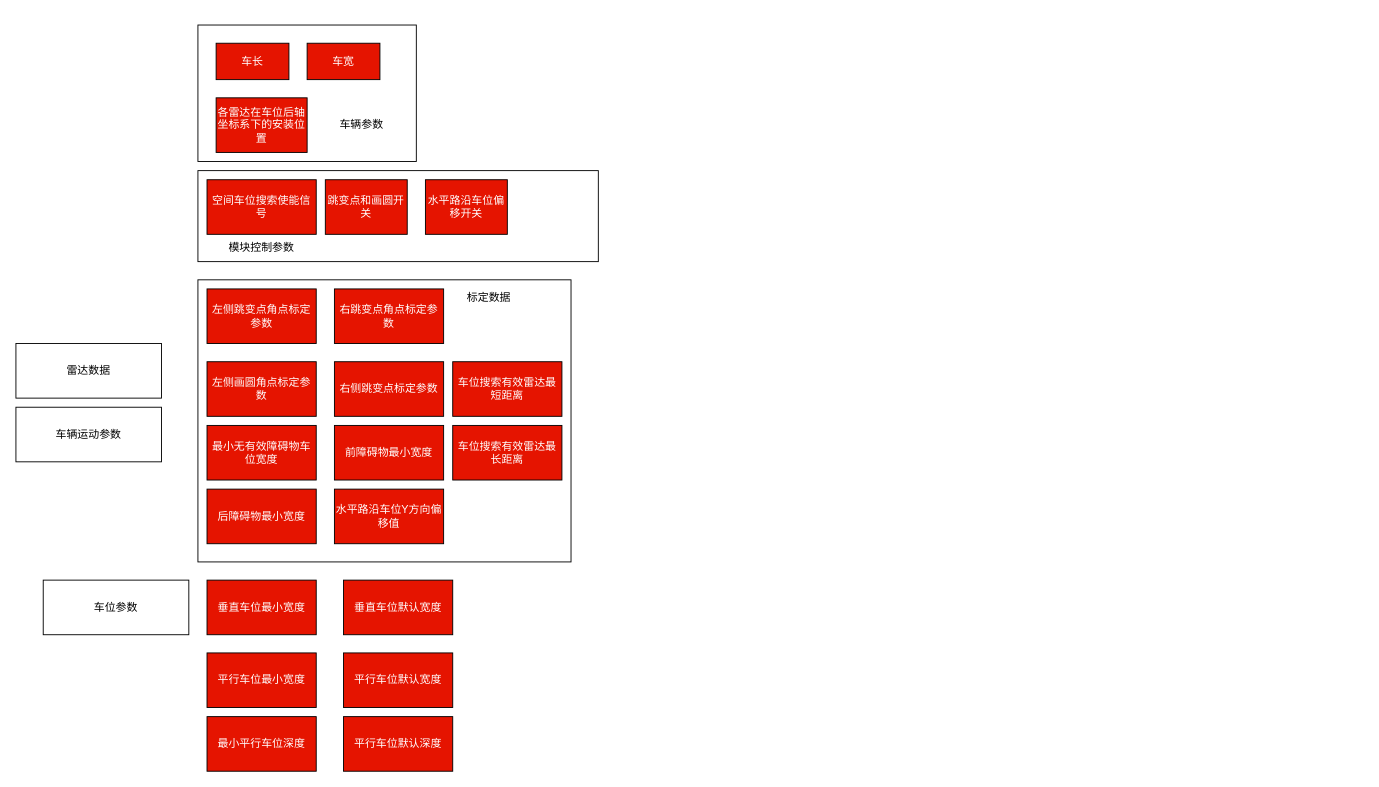
This is page "空间车位搜索" (1 of 4) of FAPA/FAPA-new.drawio from bugquella/diagrams, a draw.io file, before an edit. Source tidied: cells renumbered, new cells numbered last; positions are measured from the earlier drawing's top-left corner, leaving out a move shared by most shapes. Both pictures are drawn from the tidied source at 91%, with x=0, y=0 at pixel (15, 25).
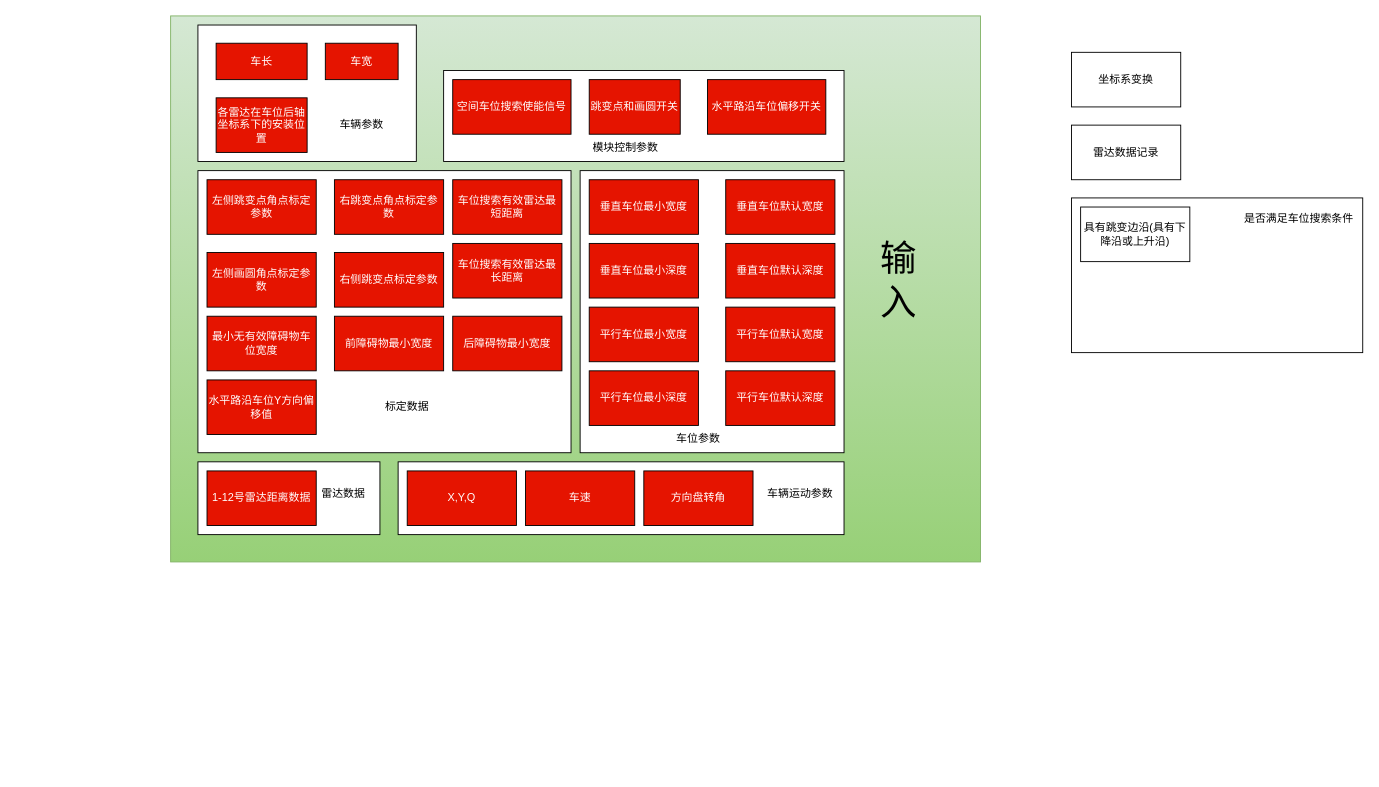
The same page after the edit.

Diff of the diagram source:
```diff
@@
-    <mxCell id="2" style="rounded=0;whiteSpace=wrap;html=1;" parent="1" vertex="1">
-      <mxGeometry x="200" y="280" width="410" height="310" as="geometry" />
-    </mxCell>
+    <mxCell id="33" style="rounded=0;whiteSpace=wrap;html=1;fillColor=#d5e8d4;strokeColor=#82b366;gradientColor=#97d077;" parent="1" vertex="1">
+      <mxGeometry x="170" y="-10" width="890" height="600" as="geometry" />
+    </mxCell>
+    <mxCell id="34" style="group;" parent="1" vertex="1">
+      <mxGeometry x="200" width="710" height="560" as="geometry" />
+    </mxCell>
-    <mxCell id="3" style="rounded=0;whiteSpace=wrap;html=1;" parent="1" vertex="1">
-      <mxGeometry x="200" width="240" height="150" as="geometry" />
+    <mxCell id="3" style="rounded=0;whiteSpace=wrap;html=1;" parent="34" vertex="1">
+      <mxGeometry width="240" height="150" as="geometry" />
     </mxCell>
-    <mxCell id="4" style="rounded=0;whiteSpace=wrap;html=1;" parent="1" vertex="1">
-      <mxGeometry x="200" y="160" width="440" height="100" as="geometry" />
-    </mxCell>
-    <mxCell id="5" value="车位参数" style="rounded=0;whiteSpace=wrap;html=1;" parent="1" vertex="1">
-      <mxGeometry x="30" y="610" width="160" height="60" as="geometry" />
-    </mxCell>
-    <mxCell id="6" value="雷达数据" style="rounded=0;whiteSpace=wrap;html=1;" parent="1" vertex="1">
-      <mxGeometry y="350" width="160" height="60" as="geometry" />
-    </mxCell>
-    <mxCell id="7" value="车辆运动参数" style="rounded=0;whiteSpace=wrap;html=1;" parent="1" vertex="1">
-      <mxGeometry y="420" width="160" height="60" as="geometry" />
-    </mxCell>
-    <mxCell id="8" value="车长" style="rounded=0;whiteSpace=wrap;html=1;fillColor=#e51400;fontColor=#ffffff;strokeColor=default;strokeWidth=1;" parent="1" vertex="1">
-      <mxGeometry x="220" y="20" width="80" height="40" as="geometry" />
+    <mxCell id="8" value="车长" style="rounded=0;whiteSpace=wrap;html=1;fillColor=#e51400;fontColor=#ffffff;strokeColor=default;strokeWidth=1;" parent="34" vertex="1">
+      <mxGeometry x="20" y="20" width="100" height="40" as="geometry" />
     </mxCell>
-    <mxCell id="9" value="车宽" style="rounded=0;whiteSpace=wrap;html=1;fillColor=#e51400;fontColor=#ffffff;strokeColor=#000000;strokeWidth=1;" parent="1" vertex="1">
-      <mxGeometry x="320" y="20" width="80" height="40" as="geometry" />
+    <mxCell id="9" value="车宽" style="rounded=0;whiteSpace=wrap;html=1;fillColor=#e51400;fontColor=#ffffff;strokeColor=#000000;strokeWidth=1;" parent="34" vertex="1">
+      <mxGeometry x="140" y="20" width="80" height="40" as="geometry" />
     </mxCell>
-    <mxCell id="10" value="各雷达在车位后轴坐标系下的安装位置" style="rounded=0;whiteSpace=wrap;html=1;fillColor=#e51400;fontColor=#ffffff;strokeColor=#000000;" parent="1" vertex="1">
-      <mxGeometry x="220" y="80" width="100" height="60" as="geometry" />
+    <mxCell id="10" value="各雷达在车位后轴坐标系下的安装位置" style="rounded=0;whiteSpace=wrap;html=1;fillColor=#e51400;fontColor=#ffffff;strokeColor=#000000;" parent="34" vertex="1">
+      <mxGeometry x="20" y="80" width="100" height="60" as="geometry" />
     </mxCell>
-    <mxCell id="11" value="车辆参数" style="text;html=1;strokeColor=none;fillColor=none;align=center;verticalAlign=middle;whiteSpace=wrap;rounded=0;" parent="1" vertex="1">
-      <mxGeometry x="350" y="95" width="60" height="30" as="geometry" />
+    <mxCell id="11" value="车辆参数" style="text;html=1;strokeColor=none;fillColor=none;align=center;verticalAlign=middle;whiteSpace=wrap;rounded=0;" parent="34" vertex="1">
+      <mxGeometry x="150" y="95" width="60" height="30" as="geometry" />
     </mxCell>
+    <mxCell id="35" style="group;" parent="34" vertex="1">
+      <mxGeometry x="270" y="50" width="440" height="100" as="geometry" />
+    </mxCell>
+    <mxCell id="4" style="rounded=0;whiteSpace=wrap;html=1;" parent="35" vertex="1">
+      <mxGeometry width="440" height="100" as="geometry" />
+    </mxCell>
-    <mxCell id="12" value="空间车位搜索使能信号" style="rounded=0;whiteSpace=wrap;html=1;fillColor=#e51400;fontColor=#ffffff;strokeColor=#000000;" parent="1" vertex="1">
-      <mxGeometry x="210" y="170" width="120" height="60" as="geometry" />
+    <mxCell id="12" value="空间车位搜索使能信号" style="rounded=0;whiteSpace=wrap;html=1;fillColor=#e51400;fontColor=#ffffff;strokeColor=#000000;" parent="35" vertex="1">
+      <mxGeometry x="10" y="10" width="130" height="60" as="geometry" />
     </mxCell>
-    <mxCell id="13" value="模块控制参数" style="text;html=1;strokeColor=none;fillColor=none;align=center;verticalAlign=middle;whiteSpace=wrap;rounded=0;" parent="1" vertex="1">
-      <mxGeometry x="230" y="230" width="80" height="30" as="geometry" />
+    <mxCell id="13" value="模块控制参数" style="text;html=1;strokeColor=none;fillColor=none;align=center;verticalAlign=middle;whiteSpace=wrap;rounded=0;" parent="35" vertex="1">
+      <mxGeometry x="160" y="70" width="80" height="30" as="geometry" />
     </mxCell>
+    <mxCell id="15" value="跳变点和画圆开关" style="rounded=0;whiteSpace=wrap;html=1;fillColor=#e51400;fontColor=#ffffff;strokeColor=#000000;" parent="35" vertex="1">
+      <mxGeometry x="160" y="10" width="100" height="60" as="geometry" />
+    </mxCell>
+    <mxCell id="25" value="水平路沿车位偏移开关" style="rounded=0;whiteSpace=wrap;html=1;fillColor=#e51400;fontColor=#ffffff;strokeColor=#000000;" parent="35" vertex="1">
+      <mxGeometry x="290" y="10" width="130" height="60" as="geometry" />
+    </mxCell>
+    <mxCell id="36" style="group;" parent="34" vertex="1">
+      <mxGeometry y="160" width="410" height="310" as="geometry" />
+    </mxCell>
+    <mxCell id="2" style="rounded=0;whiteSpace=wrap;html=1;" parent="36" vertex="1">
+      <mxGeometry width="410" height="310" as="geometry" />
+    </mxCell>
-    <mxCell id="14" value="左侧跳变点角点标定参数" style="rounded=0;whiteSpace=wrap;html=1;fillColor=#e51400;fontColor=#ffffff;strokeColor=#000000;" parent="1" vertex="1">
-      <mxGeometry x="210" y="290" width="120" height="60" as="geometry" />
+    <mxCell id="14" value="左侧跳变点角点标定参数" style="rounded=0;whiteSpace=wrap;html=1;fillColor=#e51400;fontColor=#ffffff;strokeColor=#000000;" parent="36" vertex="1">
+      <mxGeometry x="10" y="10" width="120" height="60" as="geometry" />
     </mxCell>
-    <mxCell id="15" value="跳变点和画圆开关" style="rounded=0;whiteSpace=wrap;html=1;fillColor=#e51400;fontColor=#ffffff;strokeColor=#000000;" parent="1" vertex="1">
-      <mxGeometry x="340" y="170" width="90" height="60" as="geometry" />
-    </mxCell>
-    <mxCell id="16" value="右跳变点角点标定参数" style="rounded=0;whiteSpace=wrap;html=1;fillColor=#e51400;fontColor=#ffffff;strokeColor=#000000;" parent="1" vertex="1">
-      <mxGeometry x="350" y="290" width="120" height="60" as="geometry" />
+    <mxCell id="16" value="右跳变点角点标定参数" style="rounded=0;whiteSpace=wrap;html=1;fillColor=#e51400;fontColor=#ffffff;strokeColor=#000000;" parent="36" vertex="1">
+      <mxGeometry x="150" y="10" width="120" height="60" as="geometry" />
     </mxCell>
-    <mxCell id="17" value="左侧画圆角点标定参数" style="rounded=0;whiteSpace=wrap;html=1;fillColor=#e51400;fontColor=#ffffff;strokeColor=#000000;" parent="1" vertex="1">
-      <mxGeometry x="210" y="370" width="120" height="60" as="geometry" />
+    <mxCell id="17" value="左侧画圆角点标定参数" style="rounded=0;whiteSpace=wrap;html=1;fillColor=#e51400;fontColor=#ffffff;strokeColor=#000000;" parent="36" vertex="1">
+      <mxGeometry x="10" y="90" width="120" height="60" as="geometry" />
     </mxCell>
-    <mxCell id="18" value="右侧跳变点标定参数" style="rounded=0;whiteSpace=wrap;html=1;fillColor=#e51400;fontColor=#ffffff;strokeColor=#000000;" parent="1" vertex="1">
-      <mxGeometry x="350" y="370" width="120" height="60" as="geometry" />
+    <mxCell id="18" value="右侧跳变点标定参数" style="rounded=0;whiteSpace=wrap;html=1;fillColor=#e51400;fontColor=#ffffff;strokeColor=#000000;" parent="36" vertex="1">
+      <mxGeometry x="150" y="90" width="120" height="60" as="geometry" />
     </mxCell>
-    <mxCell id="19" value="标定数据" style="text;html=1;strokeColor=none;fillColor=none;align=center;verticalAlign=middle;whiteSpace=wrap;rounded=0;" parent="1" vertex="1">
-      <mxGeometry x="490" y="285" width="60" height="30" as="geometry" />
+    <mxCell id="19" value="标定数据" style="text;html=1;strokeColor=none;fillColor=none;align=center;verticalAlign=middle;whiteSpace=wrap;rounded=0;" parent="36" vertex="1">
+      <mxGeometry x="200" y="245" width="60" height="30" as="geometry" />
     </mxCell>
-    <mxCell id="20" value="最小无有效障碍物车位宽度" style="rounded=0;whiteSpace=wrap;html=1;fillColor=#e51400;fontColor=#ffffff;strokeColor=#000000;" parent="1" vertex="1">
-      <mxGeometry x="210" y="440" width="120" height="60" as="geometry" />
+    <mxCell id="20" value="最小无有效障碍物车位宽度" style="rounded=0;whiteSpace=wrap;html=1;fillColor=#e51400;fontColor=#ffffff;strokeColor=#000000;" parent="36" vertex="1">
+      <mxGeometry x="10" y="160" width="120" height="60" as="geometry" />
     </mxCell>
-    <mxCell id="21" value="前障碍物最小宽度" style="rounded=0;whiteSpace=wrap;html=1;fillColor=#e51400;fontColor=#ffffff;strokeColor=#000000;" parent="1" vertex="1">
-      <mxGeometry x="350" y="440" width="120" height="60" as="geometry" />
+    <mxCell id="21" value="前障碍物最小宽度" style="rounded=0;whiteSpace=wrap;html=1;fillColor=#e51400;fontColor=#ffffff;strokeColor=#000000;" parent="36" vertex="1">
+      <mxGeometry x="150" y="160" width="120" height="60" as="geometry" />
     </mxCell>
-    <mxCell id="22" value="后障碍物最小宽度" style="rounded=0;whiteSpace=wrap;html=1;fillColor=#e51400;fontColor=#ffffff;strokeColor=#000000;" parent="1" vertex="1">
-      <mxGeometry x="210" y="510" width="120" height="60" as="geometry" />
+    <mxCell id="22" value="后障碍物最小宽度" style="rounded=0;whiteSpace=wrap;html=1;fillColor=#e51400;fontColor=#ffffff;strokeColor=#000000;" parent="36" vertex="1">
+      <mxGeometry x="280" y="160" width="120" height="60" as="geometry" />
     </mxCell>
-    <mxCell id="23" value="车位搜索有效雷达最短距离" style="rounded=0;whiteSpace=wrap;html=1;fillColor=#e51400;fontColor=#ffffff;strokeColor=#000000;" parent="1" vertex="1">
-      <mxGeometry x="480" y="370" width="120" height="60" as="geometry" />
+    <mxCell id="23" value="车位搜索有效雷达最短距离" style="rounded=0;whiteSpace=wrap;html=1;fillColor=#e51400;fontColor=#ffffff;strokeColor=#000000;" parent="36" vertex="1">
+      <mxGeometry x="280" y="10" width="120" height="60" as="geometry" />
     </mxCell>
-    <mxCell id="24" value="车位搜索有效雷达最长距离" style="rounded=0;whiteSpace=wrap;html=1;fillColor=#e51400;fontColor=#ffffff;strokeColor=#000000;" parent="1" vertex="1">
-      <mxGeometry x="480" y="440" width="120" height="60" as="geometry" />
+    <mxCell id="24" value="车位搜索有效雷达最长距离" style="rounded=0;whiteSpace=wrap;html=1;fillColor=#e51400;fontColor=#ffffff;strokeColor=#000000;" parent="36" vertex="1">
+      <mxGeometry x="280" y="80" width="120" height="60" as="geometry" />
     </mxCell>
-    <mxCell id="25" value="水平路沿车位偏移开关" style="rounded=0;whiteSpace=wrap;html=1;fillColor=#e51400;fontColor=#ffffff;strokeColor=#000000;" parent="1" vertex="1">
-      <mxGeometry x="450" y="170" width="90" height="60" as="geometry" />
-    </mxCell>
-    <mxCell id="26" value="水平路沿车位Y方向偏移值" style="rounded=0;whiteSpace=wrap;html=1;fillColor=#e51400;fontColor=#ffffff;strokeColor=#000000;" parent="1" vertex="1">
-      <mxGeometry x="350" y="510" width="120" height="60" as="geometry" />
+    <mxCell id="26" value="水平路沿车位Y方向偏移值" style="rounded=0;whiteSpace=wrap;html=1;fillColor=#e51400;fontColor=#ffffff;strokeColor=#000000;" parent="36" vertex="1">
+      <mxGeometry x="10" y="230" width="120" height="60" as="geometry" />
     </mxCell>
+    <mxCell id="37" style="rounded=0;whiteSpace=wrap;html=1;" parent="34" vertex="1">
+      <mxGeometry x="420" y="160" width="290" height="310" as="geometry" />
+    </mxCell>
-    <mxCell id="27" value="垂直车位最小宽度" style="rounded=0;whiteSpace=wrap;html=1;fillColor=#e51400;fontColor=#ffffff;strokeColor=#000000;" parent="1" vertex="1">
-      <mxGeometry x="210" y="610" width="120" height="60" as="geometry" />
+    <mxCell id="27" value="垂直车位最小宽度" style="rounded=0;whiteSpace=wrap;html=1;fillColor=#e51400;fontColor=#ffffff;strokeColor=#000000;" parent="34" vertex="1">
+      <mxGeometry x="430" y="170" width="120" height="60" as="geometry" />
     </mxCell>
-    <mxCell id="28" value="垂直车位默认宽度" style="rounded=0;whiteSpace=wrap;html=1;fillColor=#e51400;fontColor=#ffffff;strokeColor=#000000;" parent="1" vertex="1">
-      <mxGeometry x="360" y="610" width="120" height="60" as="geometry" />
+    <mxCell id="28" value="垂直车位默认宽度" style="rounded=0;whiteSpace=wrap;html=1;fillColor=#e51400;fontColor=#ffffff;strokeColor=#000000;" parent="34" vertex="1">
+      <mxGeometry x="580" y="170" width="120" height="60" as="geometry" />
     </mxCell>
-    <mxCell id="29" value="平行车位最小宽度" style="rounded=0;whiteSpace=wrap;html=1;fillColor=#e51400;fontColor=#ffffff;strokeColor=#000000;" parent="1" vertex="1">
-      <mxGeometry x="210" y="690" width="120" height="60" as="geometry" />
+    <mxCell id="29" value="平行车位最小宽度" style="rounded=0;whiteSpace=wrap;html=1;fillColor=#e51400;fontColor=#ffffff;strokeColor=#000000;" parent="34" vertex="1">
+      <mxGeometry x="430" y="310" width="120" height="60" as="geometry" />
     </mxCell>
-    <mxCell id="30" value="最小平行车位深度" style="rounded=0;whiteSpace=wrap;html=1;fillColor=#e51400;fontColor=#ffffff;strokeColor=#000000;" parent="1" vertex="1">
-      <mxGeometry x="210" y="760" width="120" height="60" as="geometry" />
+    <mxCell id="30" value="平行车位最小深度" style="rounded=0;whiteSpace=wrap;html=1;fillColor=#e51400;fontColor=#ffffff;strokeColor=#000000;" parent="34" vertex="1">
+      <mxGeometry x="430" y="380" width="120" height="60" as="geometry" />
     </mxCell>
-    <mxCell id="31" value="平行车位默认宽度" style="rounded=0;whiteSpace=wrap;html=1;fillColor=#e51400;fontColor=#ffffff;strokeColor=#000000;" parent="1" vertex="1">
-      <mxGeometry x="360" y="690" width="120" height="60" as="geometry" />
+    <mxCell id="31" value="平行车位默认宽度" style="rounded=0;whiteSpace=wrap;html=1;fillColor=#e51400;fontColor=#ffffff;strokeColor=#000000;" parent="34" vertex="1">
+      <mxGeometry x="580" y="310" width="120" height="60" as="geometry" />
     </mxCell>
-    <mxCell id="32" value="平行车位默认深度" style="rounded=0;whiteSpace=wrap;html=1;fillColor=#e51400;fontColor=#ffffff;strokeColor=#000000;" parent="1" vertex="1">
-      <mxGeometry x="360" y="760" width="120" height="60" as="geometry" />
+    <mxCell id="32" value="平行车位默认深度" style="rounded=0;whiteSpace=wrap;html=1;fillColor=#e51400;fontColor=#ffffff;strokeColor=#000000;" parent="34" vertex="1">
+      <mxGeometry x="580" y="380" width="120" height="60" as="geometry" />
     </mxCell>
+    <mxCell id="38" value="垂直车位默认深度" style="rounded=0;whiteSpace=wrap;html=1;fillColor=#e51400;fontColor=#ffffff;strokeColor=#000000;" parent="34" vertex="1">
+      <mxGeometry x="580" y="240" width="120" height="60" as="geometry" />
+    </mxCell>
+    <mxCell id="39" value="垂直车位最小深度" style="rounded=0;whiteSpace=wrap;html=1;fillColor=#e51400;fontColor=#ffffff;strokeColor=#000000;" parent="34" vertex="1">
+      <mxGeometry x="430" y="240" width="120" height="60" as="geometry" />
+    </mxCell>
+    <mxCell id="5" value="车位参数" style="text;html=1;strokeColor=none;fillColor=none;align=center;verticalAlign=middle;whiteSpace=wrap;rounded=0;" parent="34" vertex="1">
+      <mxGeometry x="520" y="440" width="60" height="30" as="geometry" />
+    </mxCell>
+    <mxCell id="40" style="group;" parent="34" vertex="1">
+      <mxGeometry x="220" y="480" width="490" height="80" as="geometry" />
+    </mxCell>
+    <mxCell id="41" style="rounded=0;whiteSpace=wrap;html=1;" parent="40" vertex="1">
+      <mxGeometry width="490" height="80" as="geometry" />
+    </mxCell>
+    <mxCell id="42" value="X,Y,Q" style="rounded=0;whiteSpace=wrap;html=1;fillColor=#e51400;fontColor=#ffffff;strokeColor=#000000;" parent="40" vertex="1">
+      <mxGeometry x="10" y="10" width="120" height="60" as="geometry" />
+    </mxCell>
+    <mxCell id="43" value="车速" style="rounded=0;whiteSpace=wrap;html=1;fillColor=#e51400;fontColor=#ffffff;strokeColor=#000000;" parent="40" vertex="1">
+      <mxGeometry x="140" y="10" width="120" height="60" as="geometry" />
+    </mxCell>
+    <mxCell id="44" value="方向盘转角" style="rounded=0;whiteSpace=wrap;html=1;fillColor=#e51400;fontColor=#ffffff;strokeColor=#000000;" parent="40" vertex="1">
+      <mxGeometry x="270" y="10" width="120" height="60" as="geometry" />
+    </mxCell>
+    <mxCell id="7" value="车辆运动参数" style="text;html=1;strokeColor=none;fillColor=none;align=center;verticalAlign=middle;whiteSpace=wrap;rounded=0;" parent="40" vertex="1">
+      <mxGeometry x="394" y="20" width="96" height="30" as="geometry" />
+    </mxCell>
+    <mxCell id="45" style="group;" parent="34" vertex="1">
+      <mxGeometry y="480" width="200" height="80" as="geometry" />
+    </mxCell>
+    <mxCell id="46" style="rounded=0;whiteSpace=wrap;html=1;" parent="45" vertex="1">
+      <mxGeometry width="200" height="80" as="geometry" />
+    </mxCell>
+    <mxCell id="47" value="1-12号雷达距离数据" style="rounded=0;whiteSpace=wrap;html=1;fillColor=#e51400;fontColor=#ffffff;strokeColor=#000000;" parent="45" vertex="1">
+      <mxGeometry x="10" y="10" width="120" height="60" as="geometry" />
+    </mxCell>
+    <mxCell id="6" value="雷达数据" style="text;html=1;strokeColor=none;fillColor=none;align=center;verticalAlign=middle;whiteSpace=wrap;rounded=0;" parent="45" vertex="1">
+      <mxGeometry x="130" y="20" width="60" height="30" as="geometry" />
+    </mxCell>
+    <mxCell id="48" value="&lt;font style=&quot;font-size: 40px;&quot;&gt;输入&lt;br&gt;&lt;/font&gt;" style="text;html=1;strokeColor=none;fillColor=none;align=center;verticalAlign=middle;whiteSpace=wrap;rounded=0;" parent="1" vertex="1">
+      <mxGeometry x="940" y="265" width="60" height="30" as="geometry" />
+    </mxCell>
+    <mxCell id="49" value="坐标系变换" style="rounded=0;whiteSpace=wrap;html=1;" parent="1" vertex="1">
+      <mxGeometry x="1160" y="30" width="120" height="60" as="geometry" />
+    </mxCell>
+    <mxCell id="50" value="雷达数据记录" style="rounded=0;whiteSpace=wrap;html=1;" parent="1" vertex="1">
+      <mxGeometry x="1160" y="110" width="120" height="60" as="geometry" />
+    </mxCell>
+    <mxCell id="51" style="rounded=0;whiteSpace=wrap;html=1;" parent="1" vertex="1">
+      <mxGeometry x="1160" y="190" width="320" height="170" as="geometry" />
+    </mxCell>
+    <mxCell id="52" value="具有跳变边沿(具有下降沿或上升沿)" style="rounded=0;whiteSpace=wrap;html=1;" parent="1" vertex="1">
+      <mxGeometry x="1170" y="200" width="120" height="60" as="geometry" />
+    </mxCell>
+    <mxCell id="53" value="是否满足车位搜索条件" style="text;html=1;strokeColor=none;fillColor=none;align=center;verticalAlign=middle;whiteSpace=wrap;rounded=0;" parent="1" vertex="1">
+      <mxGeometry x="1340" y="190" width="140" height="45" as="geometry" />
+    </mxCell>
```
